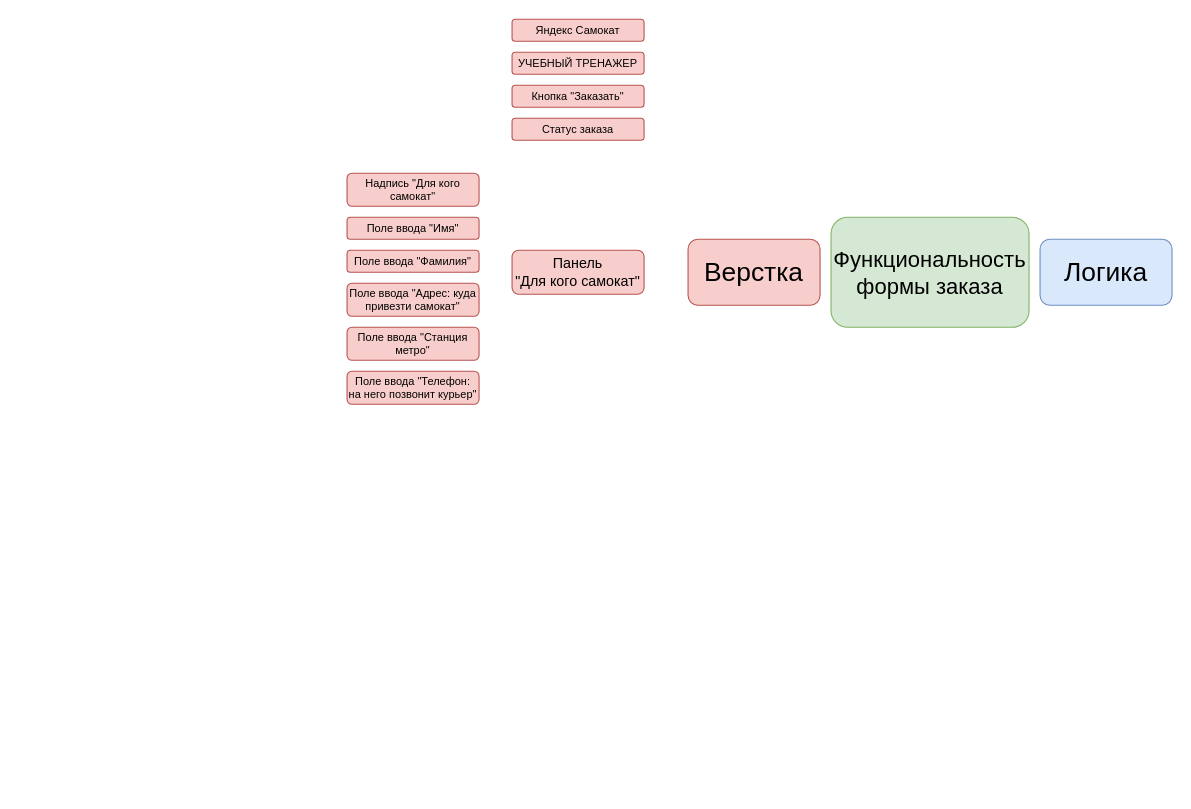
Above: Диплом.drawio in tntomg/Rep1 (draw.io), before the change. Source tidied: cells renumbered, new cells numbered last; positions are measured from the earlier drawing's top-left corner, leaving out a move shared by most shapes. Both pictures are drawn from the tidied source at 110%, with x=0, y=0 at pixel (346, 19).
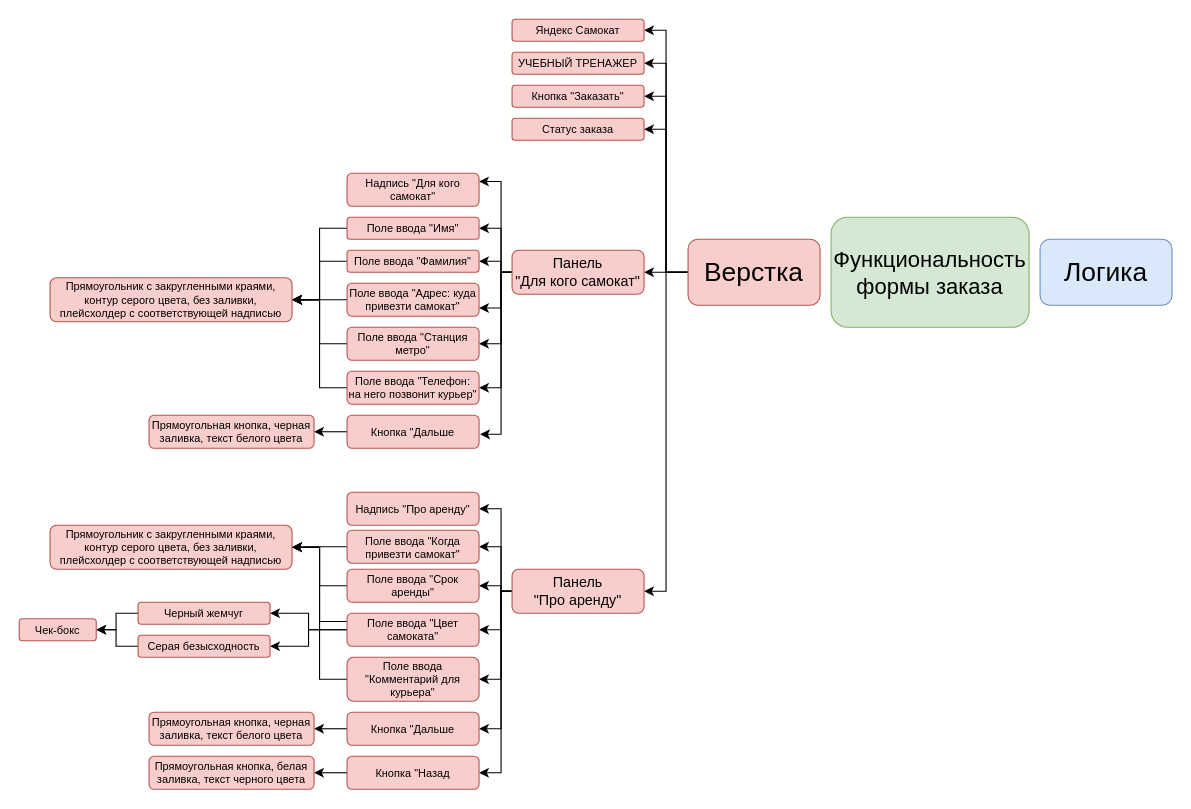
The same diagram, later.

The change refers to these unchanged cells:
```xml
<mxCell id="3" value="Верстка" style="rounded=1;whiteSpace=wrap;html=1;labelBackgroundColor=none;fillColor=#f8cecc;strokeColor=#b85450;fontSize=24;" parent="1" vertex="1">
  <mxGeometry x="310" y="200" width="120" height="60" as="geometry" />
</mxCell>
<mxCell id="5" value="Яндекс Самокат" style="rounded=1;whiteSpace=wrap;html=1;labelBackgroundColor=none;fontSize=10;fillColor=#f8cecc;strokeColor=#b85450;" parent="1" vertex="1">
  <mxGeometry x="150" width="120" height="20" as="geometry" />
</mxCell>
<mxCell id="6" value="УЧЕБНЫЙ ТРЕНАЖЕР" style="rounded=1;whiteSpace=wrap;html=1;labelBackgroundColor=none;fontSize=10;fillColor=#f8cecc;strokeColor=#b85450;" parent="1" vertex="1">
  <mxGeometry x="150" y="30" width="120" height="20" as="geometry" />
</mxCell>
<mxCell id="7" value="Кнопка &quot;Заказать&quot;" style="rounded=1;whiteSpace=wrap;html=1;labelBackgroundColor=none;fontSize=10;fillColor=#f8cecc;strokeColor=#b85450;" parent="1" vertex="1">
  <mxGeometry x="150" y="60" width="120" height="20" as="geometry" />
</mxCell>
<mxCell id="8" value="Статус заказа" style="rounded=1;whiteSpace=wrap;html=1;labelBackgroundColor=none;fontSize=10;fillColor=#f8cecc;strokeColor=#b85450;" parent="1" vertex="1">
  <mxGeometry x="150" y="90" width="120" height="20" as="geometry" />
</mxCell>
<mxCell id="9" value="Панель&lt;br style=&quot;font-size: 13px;&quot;&gt;&quot;Для кого самокат&quot;" style="rounded=1;whiteSpace=wrap;html=1;labelBackgroundColor=none;fontSize=13;fillColor=#f8cecc;strokeColor=#b85450;" parent="1" vertex="1">
  <mxGeometry x="150" y="210" width="120" height="40" as="geometry" />
</mxCell>
<mxCell id="10" value="Надпись &quot;Для кого самокат&quot;" style="rounded=1;whiteSpace=wrap;html=1;labelBackgroundColor=none;fontSize=10;fillColor=#f8cecc;strokeColor=#b85450;" parent="1" vertex="1">
  <mxGeometry y="140" width="120" height="30" as="geometry" />
</mxCell>
<mxCell id="11" value="Поле ввода &quot;Имя&quot;" style="rounded=1;whiteSpace=wrap;html=1;labelBackgroundColor=none;fontSize=10;fillColor=#f8cecc;strokeColor=#b85450;" parent="1" vertex="1">
  <mxGeometry y="180" width="120" height="20" as="geometry" />
</mxCell>
<mxCell id="12" value="Поле ввода &quot;Фамилия&quot;" style="rounded=1;whiteSpace=wrap;html=1;labelBackgroundColor=none;fontSize=10;fillColor=#f8cecc;strokeColor=#b85450;" parent="1" vertex="1">
  <mxGeometry y="210" width="120" height="20" as="geometry" />
</mxCell>
<mxCell id="13" value="Поле ввода &quot;Адрес: куда привезти самокат&quot;" style="rounded=1;whiteSpace=wrap;html=1;labelBackgroundColor=none;fontSize=10;fillColor=#f8cecc;strokeColor=#b85450;" parent="1" vertex="1">
  <mxGeometry y="240" width="120" height="30" as="geometry" />
</mxCell>
<mxCell id="14" value="Поле ввода &quot;Станция метро&quot;" style="rounded=1;whiteSpace=wrap;html=1;labelBackgroundColor=none;fontSize=10;fillColor=#f8cecc;strokeColor=#b85450;" parent="1" vertex="1">
  <mxGeometry y="280" width="120" height="30" as="geometry" />
</mxCell>
<mxCell id="15" value="Поле ввода &quot;Телефон: на него позвонит курьер&quot;" style="rounded=1;whiteSpace=wrap;html=1;labelBackgroundColor=none;fontSize=10;fillColor=#f8cecc;strokeColor=#b85450;" parent="1" vertex="1">
  <mxGeometry y="320" width="120" height="30" as="geometry" />
</mxCell>
```

What changed in the source:
```diff
@@
+    <mxCell id="16" style="edgeStyle=orthogonalEdgeStyle;rounded=0;jettySize=auto;html=1;exitX=0;exitY=0.5;exitDx=0;exitDy=0;entryX=1;entryY=0.5;entryDx=0;entryDy=0;fontSize=13;" parent="1" edge="1" source="3" target="9">
+      <mxGeometry relative="1" as="geometry" />
+    </mxCell>
+    <mxCell id="17" style="edgeStyle=orthogonalEdgeStyle;rounded=0;jettySize=auto;html=1;exitX=0;exitY=0.5;exitDx=0;exitDy=0;entryX=1;entryY=0.5;entryDx=0;entryDy=0;fontSize=13;" parent="1" edge="1" source="3" target="5">
+      <mxGeometry relative="1" as="geometry" />
+    </mxCell>
+    <mxCell id="18" style="edgeStyle=orthogonalEdgeStyle;rounded=0;jettySize=auto;html=1;exitX=0;exitY=0.5;exitDx=0;exitDy=0;entryX=1;entryY=0.5;entryDx=0;entryDy=0;fontSize=13;" parent="1" edge="1" source="3" target="6">
+      <mxGeometry relative="1" as="geometry" />
+    </mxCell>
+    <mxCell id="19" style="edgeStyle=orthogonalEdgeStyle;rounded=0;jettySize=auto;html=1;exitX=0;exitY=0.5;exitDx=0;exitDy=0;entryX=1;entryY=0.5;entryDx=0;entryDy=0;fontSize=13;" parent="1" edge="1" source="3" target="7">
+      <mxGeometry relative="1" as="geometry" />
+    </mxCell>
+    <mxCell id="20" style="edgeStyle=orthogonalEdgeStyle;rounded=0;jettySize=auto;html=1;exitX=0;exitY=0.5;exitDx=0;exitDy=0;entryX=1;entryY=0.5;entryDx=0;entryDy=0;fontSize=13;" parent="1" edge="1" source="3" target="8">
+      <mxGeometry relative="1" as="geometry" />
+    </mxCell>
+    <mxCell id="21" style="edgeStyle=orthogonalEdgeStyle;rounded=0;jettySize=auto;html=1;exitX=0;exitY=0.5;exitDx=0;exitDy=0;entryX=1;entryY=0.5;entryDx=0;entryDy=0;fontSize=13;" parent="1" edge="1" source="3" target="45">
+      <mxGeometry relative="1" as="geometry" />
+    </mxCell>
@@
+    <mxCell id="22" style="edgeStyle=orthogonalEdgeStyle;rounded=0;jettySize=auto;html=1;exitX=0;exitY=0.5;exitDx=0;exitDy=0;entryX=1;entryY=0.25;entryDx=0;entryDy=0;fontSize=13;" parent="1" edge="1" source="9" target="10">
+      <mxGeometry relative="1" as="geometry">
+        <Array as="points">
+          <mxPoint x="140" y="230" />
+          <mxPoint x="140" y="148" />
+        </Array>
+      </mxGeometry>
+    </mxCell>
+    <mxCell id="23" style="edgeStyle=orthogonalEdgeStyle;rounded=0;jettySize=auto;html=1;exitX=0;exitY=0.5;exitDx=0;exitDy=0;entryX=1;entryY=0.5;entryDx=0;entryDy=0;fontSize=13;" parent="1" edge="1" source="9" target="11">
+      <mxGeometry relative="1" as="geometry">
+        <Array as="points">
+          <mxPoint x="140" y="230" />
+          <mxPoint x="140" y="190" />
+        </Array>
+      </mxGeometry>
+    </mxCell>
+    <mxCell id="24" style="edgeStyle=orthogonalEdgeStyle;rounded=0;jettySize=auto;html=1;exitX=0;exitY=0.5;exitDx=0;exitDy=0;fontSize=13;entryX=1;entryY=0.5;entryDx=0;entryDy=0;" parent="1" edge="1" source="9" target="12">
+      <mxGeometry relative="1" as="geometry">
+        <Array as="points">
+          <mxPoint x="140" y="230" />
+          <mxPoint x="140" y="220" />
+        </Array>
+      </mxGeometry>
+    </mxCell>
+    <mxCell id="25" style="edgeStyle=orthogonalEdgeStyle;rounded=0;jettySize=auto;html=1;exitX=0;exitY=0.5;exitDx=0;exitDy=0;entryX=1;entryY=0.75;entryDx=0;entryDy=0;fontSize=13;" parent="1" edge="1" source="9" target="13">
+      <mxGeometry relative="1" as="geometry">
+        <Array as="points">
+          <mxPoint x="140" y="230" />
+          <mxPoint x="140" y="263" />
+        </Array>
+      </mxGeometry>
+    </mxCell>
+    <mxCell id="26" style="edgeStyle=orthogonalEdgeStyle;rounded=0;jettySize=auto;html=1;exitX=0;exitY=0.5;exitDx=0;exitDy=0;entryX=1;entryY=0.5;entryDx=0;entryDy=0;fontSize=13;" parent="1" edge="1" source="9" target="14">
+      <mxGeometry relative="1" as="geometry">
+        <Array as="points">
+          <mxPoint x="140" y="230" />
+          <mxPoint x="140" y="295" />
+        </Array>
+      </mxGeometry>
+    </mxCell>
+    <mxCell id="27" style="edgeStyle=orthogonalEdgeStyle;rounded=0;jettySize=auto;html=1;exitX=0;exitY=0.5;exitDx=0;exitDy=0;entryX=1;entryY=0.5;entryDx=0;entryDy=0;fontSize=13;" parent="1" edge="1" source="9" target="15">
+      <mxGeometry relative="1" as="geometry">
+        <Array as="points">
+          <mxPoint x="140" y="230" />
+          <mxPoint x="140" y="335" />
+        </Array>
+      </mxGeometry>
+    </mxCell>
+    <mxCell id="28" style="edgeStyle=orthogonalEdgeStyle;rounded=0;jettySize=auto;html=1;exitX=0;exitY=0.5;exitDx=0;exitDy=0;entryX=1.008;entryY=0.578;entryDx=0;entryDy=0;entryPerimeter=0;fontSize=13;" parent="1" edge="1" source="9" target="35">
+      <mxGeometry relative="1" as="geometry">
+        <Array as="points">
+          <mxPoint x="140" y="230" />
+          <mxPoint x="140" y="377" />
+        </Array>
+      </mxGeometry>
+    </mxCell>
@@
+    <mxCell id="29" style="edgeStyle=orthogonalEdgeStyle;rounded=0;jettySize=auto;html=1;exitX=0;exitY=0.5;exitDx=0;exitDy=0;entryX=1;entryY=0.5;entryDx=0;entryDy=0;fontSize=13;" parent="1" edge="1" source="11" target="36">
+      <mxGeometry relative="1" as="geometry" />
+    </mxCell>
@@
+    <mxCell id="30" style="edgeStyle=orthogonalEdgeStyle;rounded=0;jettySize=auto;html=1;exitX=0;exitY=0.5;exitDx=0;exitDy=0;entryX=1;entryY=0.5;entryDx=0;entryDy=0;fontSize=13;" parent="1" edge="1" source="12" target="36">
+      <mxGeometry relative="1" as="geometry" />
+    </mxCell>
@@
+    <mxCell id="31" style="edgeStyle=orthogonalEdgeStyle;rounded=0;jettySize=auto;html=1;exitX=0;exitY=0.5;exitDx=0;exitDy=0;fontSize=13;" parent="1" edge="1" source="13">
+      <mxGeometry relative="1" as="geometry">
+        <mxPoint x="-50" y="255.1" as="targetPoint" />
+      </mxGeometry>
+    </mxCell>
@@
+    <mxCell id="32" style="edgeStyle=orthogonalEdgeStyle;rounded=0;jettySize=auto;html=1;exitX=0;exitY=0.5;exitDx=0;exitDy=0;entryX=1;entryY=0.5;entryDx=0;entryDy=0;fontSize=13;" parent="1" edge="1" source="14" target="36">
+      <mxGeometry relative="1" as="geometry" />
+    </mxCell>
@@
+    <mxCell id="33" style="edgeStyle=orthogonalEdgeStyle;rounded=0;jettySize=auto;html=1;exitX=0;exitY=0.5;exitDx=0;exitDy=0;entryX=1;entryY=0.5;entryDx=0;entryDy=0;fontSize=13;" parent="1" edge="1" source="15" target="36">
+      <mxGeometry relative="1" as="geometry" />
+    </mxCell>
@@
+    <mxCell id="34" style="edgeStyle=orthogonalEdgeStyle;rounded=0;jettySize=auto;html=1;exitX=0;exitY=0.5;exitDx=0;exitDy=0;entryX=1;entryY=0.5;entryDx=0;entryDy=0;fontSize=13;" parent="1" edge="1" source="35" target="37">
+      <mxGeometry relative="1" as="geometry" />
+    </mxCell>
+    <mxCell id="35" value="Кнопка &quot;Дальше" style="rounded=1;whiteSpace=wrap;html=1;labelBackgroundColor=none;fontSize=10;fillColor=#f8cecc;strokeColor=#b85450;" parent="1" vertex="1">
+      <mxGeometry y="360" width="120" height="30" as="geometry" />
+    </mxCell>
+    <mxCell id="36" value="Прямоугольник с закругленными краями, контур серого цвета, без заливки, плейсхолдер с соответствующей надписью" style="rounded=1;whiteSpace=wrap;html=1;labelBackgroundColor=none;fontSize=10;fillColor=#f8cecc;strokeColor=#b85450;" parent="1" vertex="1">
+      <mxGeometry x="-270" y="235" width="220" height="40" as="geometry" />
+    </mxCell>
+    <mxCell id="37" value="Прямоугольная кнопка, черная заливка, текст белого цвета" style="rounded=1;whiteSpace=wrap;html=1;labelBackgroundColor=none;fontSize=10;fillColor=#f8cecc;strokeColor=#b85450;" parent="1" vertex="1">
+      <mxGeometry x="-180" y="360" width="150" height="30" as="geometry" />
+    </mxCell>
+    <mxCell id="38" style="edgeStyle=orthogonalEdgeStyle;rounded=0;jettySize=auto;html=1;exitX=0;exitY=0.5;exitDx=0;exitDy=0;entryX=1;entryY=0.5;entryDx=0;entryDy=0;fontSize=13;" parent="1" edge="1" source="45" target="46">
+      <mxGeometry relative="1" as="geometry">
+        <Array as="points">
+          <mxPoint x="140" y="520" />
+          <mxPoint x="140" y="445" />
+        </Array>
+      </mxGeometry>
+    </mxCell>
+    <mxCell id="39" style="edgeStyle=orthogonalEdgeStyle;rounded=0;jettySize=auto;html=1;exitX=0;exitY=0.5;exitDx=0;exitDy=0;entryX=1;entryY=0.5;entryDx=0;entryDy=0;fontSize=13;" parent="1" edge="1" source="45" target="48">
+      <mxGeometry relative="1" as="geometry">
+        <Array as="points">
+          <mxPoint x="140" y="520" />
+          <mxPoint x="140" y="480" />
+        </Array>
+      </mxGeometry>
+    </mxCell>
+    <mxCell id="40" style="edgeStyle=orthogonalEdgeStyle;rounded=0;jettySize=auto;html=1;exitX=0;exitY=0.5;exitDx=0;exitDy=0;fontSize=13;" parent="1" edge="1" source="45" target="50">
+      <mxGeometry relative="1" as="geometry">
+        <Array as="points">
+          <mxPoint x="140" y="520" />
+          <mxPoint x="140" y="515" />
+        </Array>
+      </mxGeometry>
+    </mxCell>
+    <mxCell id="41" style="edgeStyle=orthogonalEdgeStyle;rounded=0;jettySize=auto;html=1;exitX=0;exitY=0.5;exitDx=0;exitDy=0;entryX=1;entryY=0.5;entryDx=0;entryDy=0;fontSize=13;" parent="1" edge="1" source="45" target="54">
+      <mxGeometry relative="1" as="geometry">
+        <Array as="points">
+          <mxPoint x="140" y="520" />
+          <mxPoint x="140" y="555" />
+        </Array>
+      </mxGeometry>
+    </mxCell>
+    <mxCell id="42" style="edgeStyle=orthogonalEdgeStyle;rounded=0;jettySize=auto;html=1;exitX=0;exitY=0.5;exitDx=0;exitDy=0;entryX=1;entryY=0.5;entryDx=0;entryDy=0;fontSize=13;" parent="1" edge="1" source="45" target="57">
+      <mxGeometry relative="1" as="geometry">
+        <Array as="points">
+          <mxPoint x="140" y="520" />
+          <mxPoint x="140" y="600" />
+        </Array>
+      </mxGeometry>
+    </mxCell>
+    <mxCell id="43" style="edgeStyle=orthogonalEdgeStyle;rounded=0;jettySize=auto;html=1;exitX=0;exitY=0.5;exitDx=0;exitDy=0;entryX=1;entryY=0.5;entryDx=0;entryDy=0;fontSize=13;" parent="1" edge="1" source="45" target="59">
+      <mxGeometry relative="1" as="geometry">
+        <Array as="points">
+          <mxPoint x="140" y="520" />
+          <mxPoint x="140" y="645" />
+        </Array>
+      </mxGeometry>
+    </mxCell>
+    <mxCell id="44" style="edgeStyle=orthogonalEdgeStyle;rounded=0;jettySize=auto;html=1;exitX=0;exitY=0.5;exitDx=0;exitDy=0;entryX=1;entryY=0.5;entryDx=0;entryDy=0;fontSize=13;" parent="1" edge="1" source="45" target="62">
+      <mxGeometry relative="1" as="geometry">
+        <Array as="points">
+          <mxPoint x="140" y="520" />
+          <mxPoint x="140" y="685" />
+        </Array>
+      </mxGeometry>
+    </mxCell>
+    <mxCell id="45" value="Панель&lt;br style=&quot;font-size: 13px;&quot;&gt;&quot;Про аренду&quot;" style="rounded=1;whiteSpace=wrap;html=1;labelBackgroundColor=none;fontSize=13;fillColor=#f8cecc;strokeColor=#b85450;" parent="1" vertex="1">
+      <mxGeometry x="150" y="500" width="120" height="40" as="geometry" />
+    </mxCell>
+    <mxCell id="46" value="Надпись &quot;Про аренду&quot;" style="rounded=1;whiteSpace=wrap;html=1;labelBackgroundColor=none;fontSize=10;fillColor=#f8cecc;strokeColor=#b85450;" parent="1" vertex="1">
+      <mxGeometry y="430" width="120" height="30" as="geometry" />
+    </mxCell>
+    <mxCell id="47" style="edgeStyle=orthogonalEdgeStyle;rounded=0;jettySize=auto;html=1;exitX=0;exitY=0.5;exitDx=0;exitDy=0;entryX=1;entryY=0.5;entryDx=0;entryDy=0;fontSize=13;" parent="1" edge="1" source="48" target="55">
+      <mxGeometry relative="1" as="geometry" />
+    </mxCell>
+    <mxCell id="48" value="Поле ввода &quot;Когда привезти самокат&quot;" style="rounded=1;whiteSpace=wrap;html=1;labelBackgroundColor=none;fontSize=10;fillColor=#f8cecc;strokeColor=#b85450;" parent="1" vertex="1">
+      <mxGeometry y="464.5" width="120" height="30" as="geometry" />
+    </mxCell>
+    <mxCell id="49" style="edgeStyle=orthogonalEdgeStyle;rounded=0;jettySize=auto;html=1;exitX=0;exitY=0.5;exitDx=0;exitDy=0;entryX=1;entryY=0.5;entryDx=0;entryDy=0;fontSize=13;" parent="1" edge="1" source="50" target="55">
+      <mxGeometry relative="1" as="geometry" />
+    </mxCell>
+    <mxCell id="50" value="Поле ввода &quot;Срок аренды&quot;" style="rounded=1;whiteSpace=wrap;html=1;labelBackgroundColor=none;fontSize=10;fillColor=#f8cecc;strokeColor=#b85450;" parent="1" vertex="1">
+      <mxGeometry y="500" width="120" height="30" as="geometry" />
+    </mxCell>
+    <mxCell id="51" style="edgeStyle=orthogonalEdgeStyle;rounded=0;jettySize=auto;html=1;exitX=0;exitY=0.25;exitDx=0;exitDy=0;fontSize=13;entryX=1;entryY=0.5;entryDx=0;entryDy=0;" parent="1" edge="1" source="54" target="55">
+      <mxGeometry relative="1" as="geometry" />
+    </mxCell>
+    <mxCell id="52" style="edgeStyle=orthogonalEdgeStyle;rounded=0;jettySize=auto;html=1;exitX=0;exitY=0.5;exitDx=0;exitDy=0;entryX=1;entryY=0.5;entryDx=0;entryDy=0;fontSize=13;" parent="1" edge="1" source="54" target="65">
+      <mxGeometry relative="1" as="geometry" />
+    </mxCell>
+    <mxCell id="53" style="edgeStyle=orthogonalEdgeStyle;rounded=0;jettySize=auto;html=1;exitX=0;exitY=0.5;exitDx=0;exitDy=0;entryX=1;entryY=0.5;entryDx=0;entryDy=0;fontSize=13;" parent="1" edge="1" source="54" target="67">
+      <mxGeometry relative="1" as="geometry" />
+    </mxCell>
+    <mxCell id="54" value="Поле ввода &quot;Цвет самоката&quot;" style="rounded=1;whiteSpace=wrap;html=1;labelBackgroundColor=none;fontSize=10;fillColor=#f8cecc;strokeColor=#b85450;" parent="1" vertex="1">
+      <mxGeometry y="540" width="120" height="30" as="geometry" />
+    </mxCell>
+    <mxCell id="55" value="Прямоугольник с закругленными краями, контур серого цвета, без заливки, плейсхолдер с соответствующей надписью" style="rounded=1;whiteSpace=wrap;html=1;labelBackgroundColor=none;fontSize=10;fillColor=#f8cecc;strokeColor=#b85450;" parent="1" vertex="1">
+      <mxGeometry x="-270" y="460" width="220" height="40" as="geometry" />
+    </mxCell>
+    <mxCell id="56" style="edgeStyle=orthogonalEdgeStyle;rounded=0;jettySize=auto;html=1;exitX=0;exitY=0.5;exitDx=0;exitDy=0;entryX=1;entryY=0.5;entryDx=0;entryDy=0;fontSize=13;" parent="1" edge="1" source="57" target="55">
+      <mxGeometry relative="1" as="geometry" />
+    </mxCell>
+    <mxCell id="57" value="Поле ввода &quot;Комментарий для курьера&quot;" style="rounded=1;whiteSpace=wrap;html=1;labelBackgroundColor=none;fontSize=10;fillColor=#f8cecc;strokeColor=#b85450;" parent="1" vertex="1">
+      <mxGeometry y="580" width="120" height="40" as="geometry" />
+    </mxCell>
+    <mxCell id="58" style="edgeStyle=orthogonalEdgeStyle;rounded=0;jettySize=auto;html=1;exitX=0;exitY=0.5;exitDx=0;exitDy=0;entryX=1;entryY=0.5;entryDx=0;entryDy=0;fontSize=13;" parent="1" edge="1" source="59" target="60">
+      <mxGeometry relative="1" as="geometry" />
+    </mxCell>
+    <mxCell id="59" value="Кнопка &quot;Дальше" style="rounded=1;whiteSpace=wrap;html=1;labelBackgroundColor=none;fontSize=10;fillColor=#f8cecc;strokeColor=#b85450;" parent="1" vertex="1">
+      <mxGeometry y="630" width="120" height="30" as="geometry" />
+    </mxCell>
+    <mxCell id="60" value="Прямоугольная кнопка, черная заливка, текст белого цвета" style="rounded=1;whiteSpace=wrap;html=1;labelBackgroundColor=none;fontSize=10;fillColor=#f8cecc;strokeColor=#b85450;" parent="1" vertex="1">
+      <mxGeometry x="-180" y="630" width="150" height="30" as="geometry" />
+    </mxCell>
+    <mxCell id="61" style="edgeStyle=orthogonalEdgeStyle;rounded=0;jettySize=auto;html=1;exitX=0;exitY=0.5;exitDx=0;exitDy=0;entryX=1;entryY=0.5;entryDx=0;entryDy=0;fontSize=13;" parent="1" edge="1" source="62" target="63">
+      <mxGeometry relative="1" as="geometry" />
+    </mxCell>
+    <mxCell id="62" value="Кнопка &quot;Назад" style="rounded=1;whiteSpace=wrap;html=1;labelBackgroundColor=none;fontSize=10;fillColor=#f8cecc;strokeColor=#b85450;" parent="1" vertex="1">
+      <mxGeometry y="670" width="120" height="30" as="geometry" />
+    </mxCell>
+    <mxCell id="63" value="Прямоугольная кнопка, белая заливка, текст черного цвета" style="rounded=1;whiteSpace=wrap;html=1;labelBackgroundColor=none;fontSize=10;fillColor=#f8cecc;strokeColor=#b85450;" parent="1" vertex="1">
+      <mxGeometry x="-180" y="670" width="150" height="30" as="geometry" />
+    </mxCell>
+    <mxCell id="64" style="edgeStyle=orthogonalEdgeStyle;rounded=0;jettySize=auto;html=1;exitX=0;exitY=0.5;exitDx=0;exitDy=0;entryX=1;entryY=0.5;entryDx=0;entryDy=0;fontSize=13;" parent="1" edge="1" source="65" target="68">
+      <mxGeometry relative="1" as="geometry" />
+    </mxCell>
+    <mxCell id="65" value="Черный жемчуг" style="rounded=1;whiteSpace=wrap;html=1;labelBackgroundColor=none;fontSize=10;fillColor=#f8cecc;strokeColor=#b85450;" parent="1" vertex="1">
+      <mxGeometry x="-190" y="530" width="120" height="20" as="geometry" />
+    </mxCell>
+    <mxCell id="66" style="edgeStyle=orthogonalEdgeStyle;rounded=0;jettySize=auto;html=1;exitX=0;exitY=0.5;exitDx=0;exitDy=0;entryX=1;entryY=0.5;entryDx=0;entryDy=0;fontSize=13;" parent="1" edge="1" source="67" target="68">
+      <mxGeometry relative="1" as="geometry" />
+    </mxCell>
+    <mxCell id="67" value="Серая безысходность" style="rounded=1;whiteSpace=wrap;html=1;labelBackgroundColor=none;fontSize=10;fillColor=#f8cecc;strokeColor=#b85450;" parent="1" vertex="1">
+      <mxGeometry x="-190" y="560" width="120" height="20" as="geometry" />
+    </mxCell>
+    <mxCell id="68" value="Чек-бокс" style="rounded=1;whiteSpace=wrap;html=1;labelBackgroundColor=none;fontSize=10;fillColor=#f8cecc;strokeColor=#b85450;" parent="1" vertex="1">
+      <mxGeometry x="-298" y="545" width="70" height="20" as="geometry" />
+    </mxCell>
```
